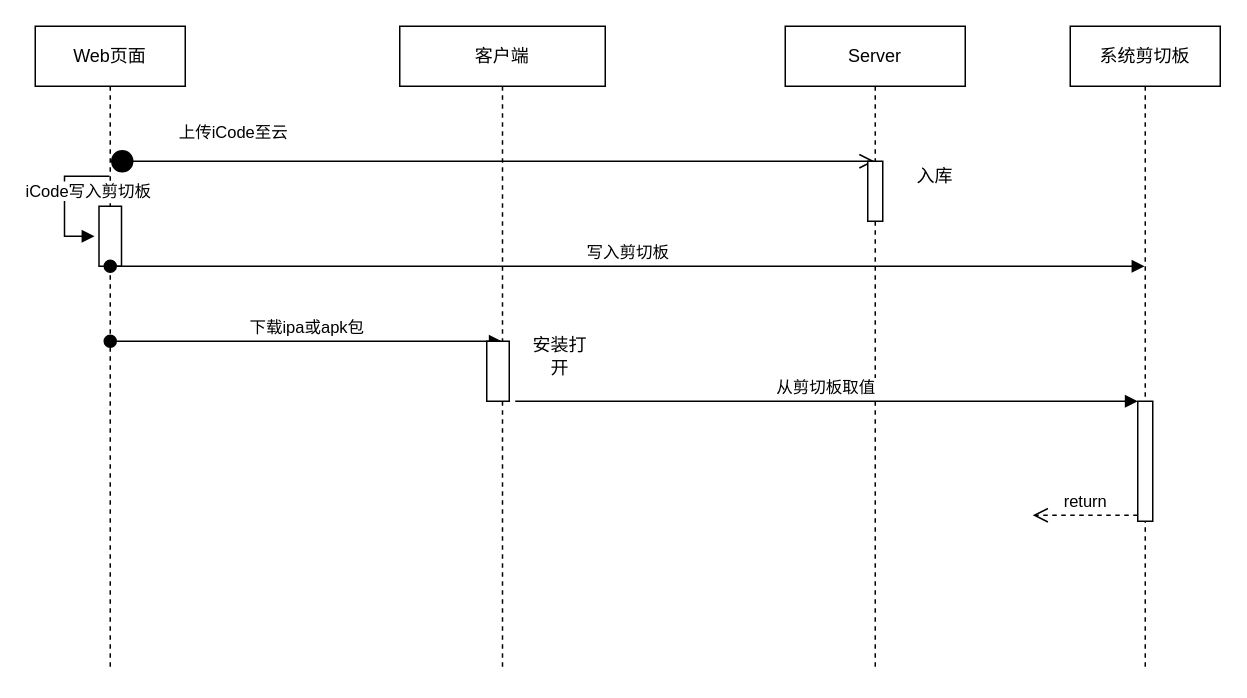
This is Untitled Diagram.drawio from SunnyLy/Drawio, a draw.io file, before an edit. Source tidied: cells renumbered, new cells numbered last; positions are measured from the earlier drawing's top-left corner, leaving out a move shared by most shapes. Both pictures are drawn from the tidied source at 150%, with x=0, y=0 at pixel (34, 26).
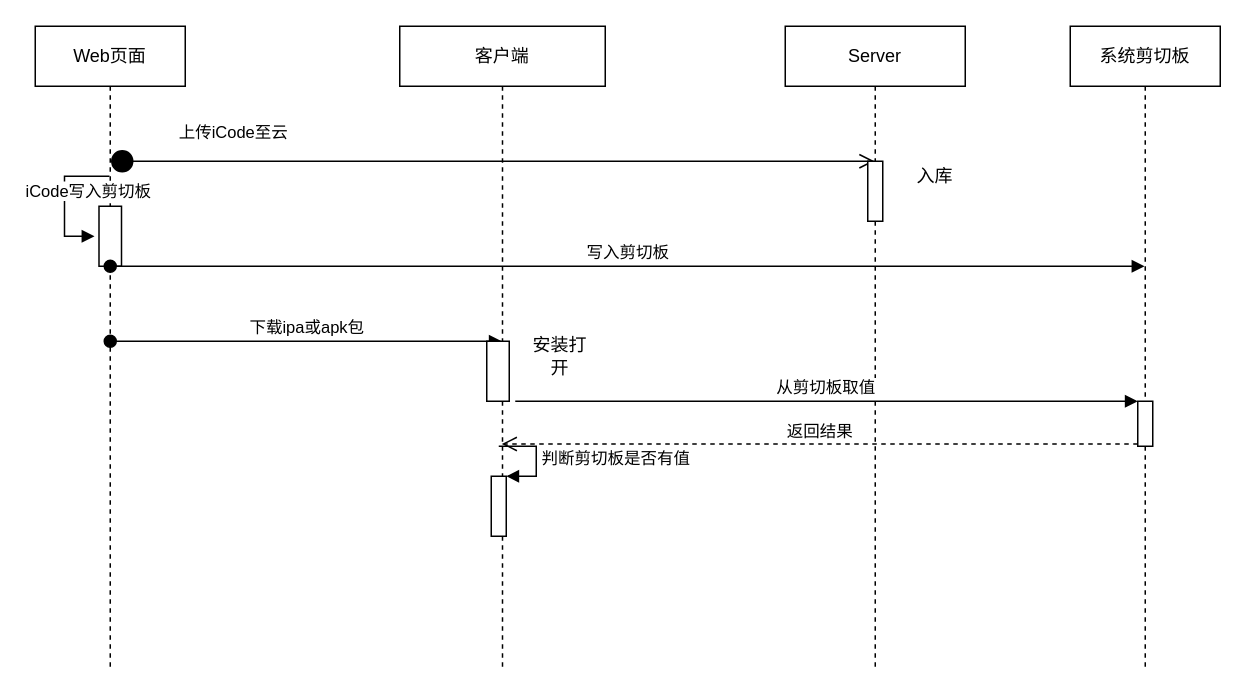
Above is the later version.

Commit message:
判断剪切板是否有值

The change refers to these unchanged cells:
```xml
<mxCell id="11" value="客户端" style="shape=umlLifeline;perimeter=lifelinePerimeter;whiteSpace=wrap;html=1;outlineConnect=0;" parent="1" vertex="1">
  <mxGeometry x="243" width="137" height="430" as="geometry" />
</mxCell>
<mxCell id="13" style="html=1;points=[];perimeter=orthogonalPerimeter;" parent="11" vertex="1">
  <mxGeometry x="58" y="210" width="15" height="40" as="geometry" />
</mxCell>
<mxCell id="14" value="系统剪切板" style="shape=umlLifeline;perimeter=lifelinePerimeter;whiteSpace=wrap;html=1;outlineConnect=0;" parent="1" vertex="1">
  <mxGeometry x="690" width="100" height="430" as="geometry" />
</mxCell>
```

Change to the diagram source:
```diff
@@
+    <mxCell id="18" style="html=1;points=[];perimeter=orthogonalPerimeter;" parent="11" vertex="1">
+      <mxGeometry x="61" y="300" width="10" height="40" as="geometry" />
+    </mxCell>
+    <mxCell id="19" value="判断剪切板是否有值" style="edgeStyle=orthogonalEdgeStyle;html=1;align=left;spacingLeft=2;endArrow=block;rounded=0;entryX=1;entryY=0;" parent="11" edge="1" target="18">
+      <mxGeometry relative="1" as="geometry">
+        <mxPoint x="66" y="280" as="sourcePoint" />
+        <Array as="points">
+          <mxPoint x="91" y="280" />
+        </Array>
+      </mxGeometry>
+    </mxCell>
@@
     <mxCell id="15" style="html=1;points=[];perimeter=orthogonalPerimeter;" parent="14" vertex="1">
-      <mxGeometry x="45" y="250" width="10" height="80" as="geometry" />
+      <mxGeometry x="45" y="250" width="10" height="30" as="geometry" />
     </mxCell>
+    <mxCell id="17" value="从剪切板取值" style="html=1;verticalAlign=bottom;endArrow=block;entryX=0;entryY=0;exitX=1.267;exitY=1;exitDx=0;exitDy=0;exitPerimeter=0;" parent="1" edge="1" source="13" target="15">
+      <mxGeometry relative="1" as="geometry" />
+    </mxCell>
-    <mxCell id="16" value="return" style="html=1;verticalAlign=bottom;endArrow=open;dashed=1;endSize=8;exitX=0;exitY=0.95;" parent="14" edge="1" source="15">
-      <mxGeometry relative="1" as="geometry">
-        <mxPoint x="-25" y="326" as="targetPoint" />
-      </mxGeometry>
+    <mxCell id="16" value="返回结果" style="html=1;verticalAlign=bottom;endArrow=open;dashed=1;endSize=8;exitX=0;exitY=0.95;" parent="1" edge="1" source="15" target="11">
+      <mxGeometry relative="1" as="geometry" />
     </mxCell>
-    <mxCell id="17" value="从剪切板取值" style="html=1;verticalAlign=bottom;endArrow=block;entryX=0;entryY=0;exitX=1.267;exitY=1;exitDx=0;exitDy=0;exitPerimeter=0;" parent="1" edge="1" source="13" target="15">
-      <mxGeometry relative="1" as="geometry" />
-    </mxCell>
```
